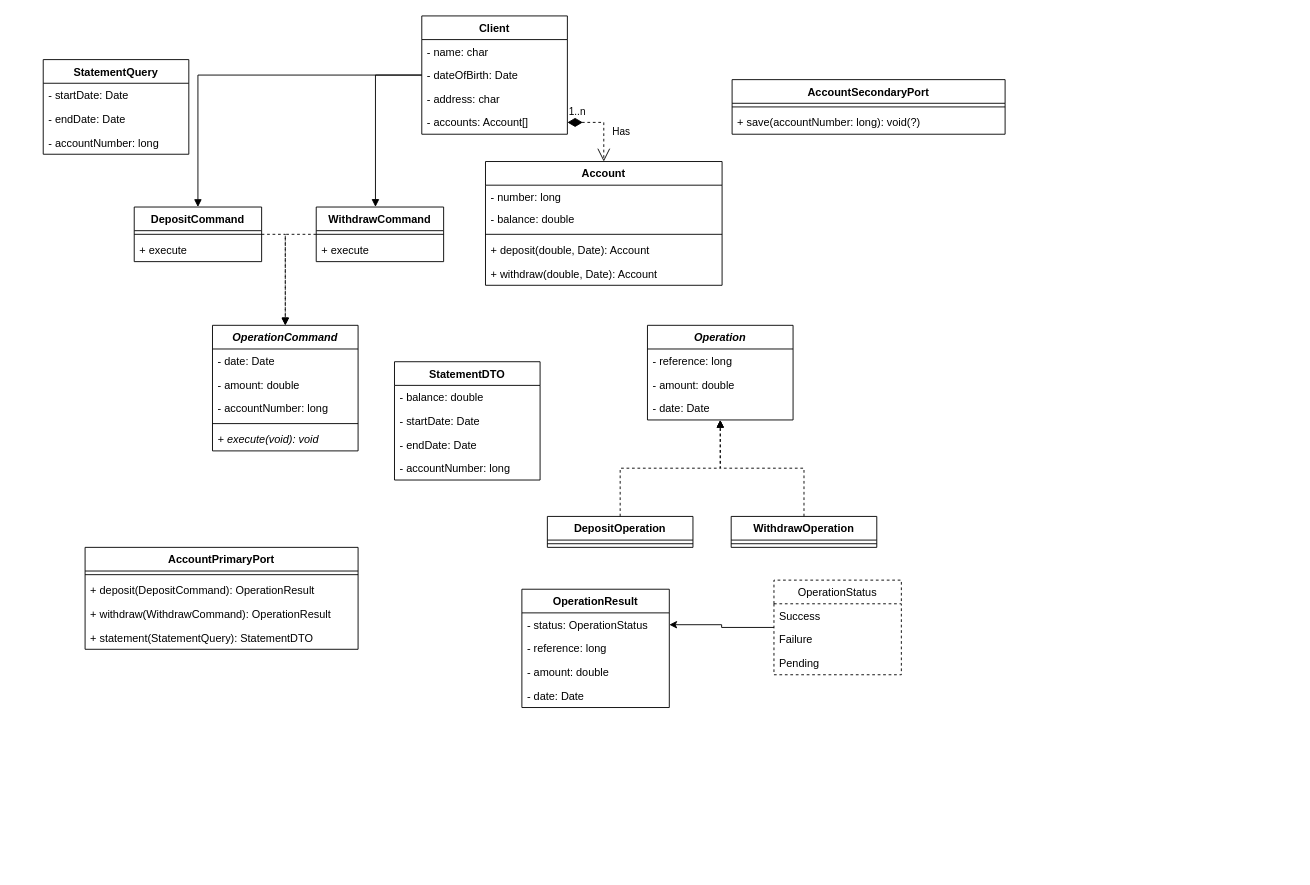
fookinhell/exalt-katas-java keeps this draw.io diagram as BankAccount/uml/BankAccountKata.drawio. Above is the earlier version. Source tidied: cells renumbered, new cells numbered last; positions are measured from the earlier drawing's top-left corner, leaving out a move shared by most shapes. Both pictures are drawn from the tidied source at 91%, with x=0, y=0 at pixel (43, 15).
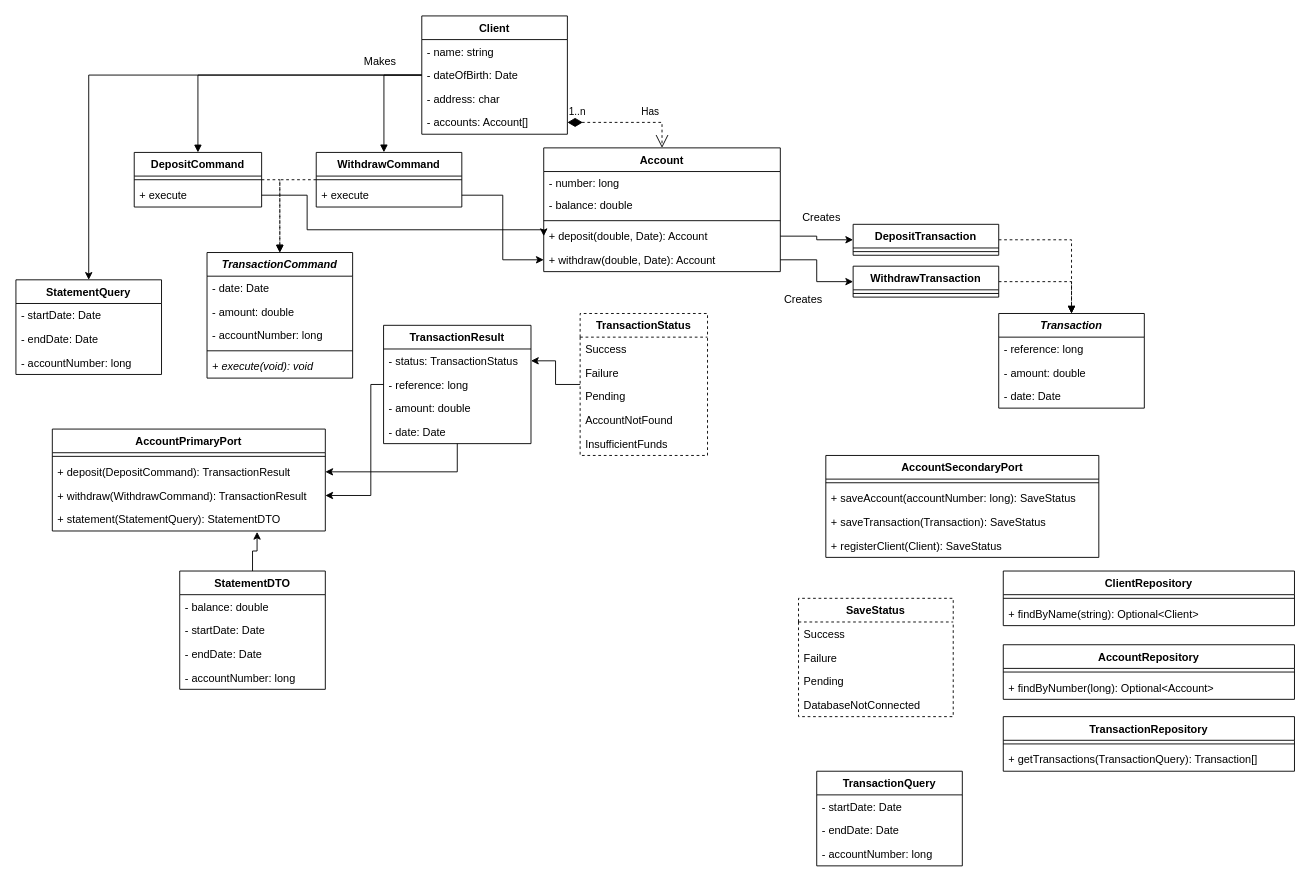
After the change.

Unchanged cells that the change refers to:
```xml
<mxCell id="6" value="+ deposit(double, Date): Account" style="text;strokeColor=none;fillColor=none;align=left;verticalAlign=top;spacingLeft=4;spacingRight=4;overflow=hidden;points=[[0,0.5],[1,0.5]];portConstraint=eastwest;" parent="2" vertex="1">
  <mxGeometry y="84" width="260" height="26" as="geometry" />
</mxCell>
<mxCell id="7" value="+ withdraw(double, Date): Account" style="text;strokeColor=none;fillColor=none;align=left;verticalAlign=top;spacingLeft=4;spacingRight=4;overflow=hidden;points=[[0,0.5],[1,0.5]];portConstraint=eastwest;" parent="2" vertex="1">
  <mxGeometry y="110" width="260" height="26" as="geometry" />
</mxCell>
<mxCell id="27" value="+ statement(StatementQuery): StatementDTO" style="text;strokeColor=none;fillColor=none;align=left;verticalAlign=top;spacingLeft=4;spacingRight=4;overflow=hidden;points=[[0,0.5],[1,0.5]];portConstraint=eastwest;" parent="23" vertex="1">
  <mxGeometry y="86" width="300" height="26" as="geometry" />
</mxCell>
<mxCell id="35" value="+ execute" style="text;strokeColor=none;fillColor=none;align=left;verticalAlign=top;spacingLeft=4;spacingRight=4;overflow=hidden;points=[[0,0.5],[1,0.5]];portConstraint=eastwest;" parent="33" vertex="1">
  <mxGeometry y="34" width="140" height="26" as="geometry" />
</mxCell>
<mxCell id="42" value="- reference: long" style="text;strokeColor=none;fillColor=none;align=left;verticalAlign=top;spacingLeft=4;spacingRight=4;overflow=hidden;points=[[0,0.5],[1,0.5]];portConstraint=eastwest;" parent="40" vertex="1">
  <mxGeometry y="52" width="162" height="26" as="geometry" />
</mxCell>
<mxCell id="59" value="Client" style="swimlane;fontStyle=1;align=center;verticalAlign=top;horizontal=1;startSize=26;strokeColor=default;fillColor=default;" parent="1" vertex="1">
  <mxGeometry x="416" width="160" height="130" as="geometry" />
</mxCell>
<mxCell id="64" value="1..n" style="endArrow=open;html=1;endSize=12;startArrow=diamondThin;startSize=14;startFill=1;edgeStyle=orthogonalEdgeStyle;align=left;verticalAlign=bottom;rounded=0;dashed=1;exitX=1;exitY=0.5;exitDx=0;exitDy=0;entryX=0.5;entryY=0;entryDx=0;entryDy=0;" parent="1" edge="1" source="63" target="2">
  <mxGeometry x="-1" y="3" relative="1" as="geometry" />
</mxCell>
```

Change to the diagram source:
```diff
@@
     <mxCell id="2" value="Account" style="swimlane;fontStyle=1;align=center;verticalAlign=top;horizontal=1;startSize=26;" parent="1" vertex="1">
-      <mxGeometry x="486" y="160" width="260" height="136" as="geometry" />
+      <mxGeometry x="550" y="145" width="260" height="136" as="geometry" />
     </mxCell>
@@
-    <mxCell id="8" value="Operation" style="swimlane;fontStyle=3;align=center;verticalAlign=top;horizontal=1;startSize=26;" parent="1" vertex="1">
-      <mxGeometry x="664" y="340" width="160" height="104" as="geometry" />
+    <mxCell id="8" value="Transaction" style="swimlane;fontStyle=3;align=center;verticalAlign=top;horizontal=1;startSize=26;" parent="1" vertex="1">
+      <mxGeometry x="1050" y="327" width="160" height="104" as="geometry" />
     </mxCell>
@@
-    <mxCell id="12" style="edgeStyle=orthogonalEdgeStyle;rounded=0;jettySize=auto;html=1;entryX=0.5;entryY=1;entryDx=0;entryDy=0;dashed=1;endArrow=block;endFill=1;" parent="1" edge="1" source="13" target="8">
+    <mxCell id="12" style="edgeStyle=orthogonalEdgeStyle;rounded=0;jettySize=auto;html=1;entryX=0.5;entryY=0;entryDx=0;entryDy=0;dashed=1;endArrow=block;endFill=1;exitX=1;exitY=0.5;exitDx=0;exitDy=0;" parent="1" edge="1" source="13" target="8">
       <mxGeometry relative="1" as="geometry" />
     </mxCell>
-    <mxCell id="13" value="DepositOperation" style="swimlane;fontStyle=1;align=center;verticalAlign=top;horizontal=1;startSize=26;" parent="1" vertex="1">
-      <mxGeometry x="554" y="550" width="160" height="34" as="geometry" />
+    <mxCell id="13" value="DepositTransaction" style="swimlane;fontStyle=1;align=center;verticalAlign=top;horizontal=1;startSize=26;" parent="1" vertex="1">
+      <mxGeometry x="890" y="229" width="160" height="34" as="geometry" />
     </mxCell>
@@
-    <mxCell id="15" style="edgeStyle=orthogonalEdgeStyle;rounded=0;jettySize=auto;html=1;entryX=0.5;entryY=1;entryDx=0;entryDy=0;exitX=0.5;exitY=0;exitDx=0;exitDy=0;dashed=1;endArrow=block;endFill=1;" parent="1" edge="1" source="16" target="8">
+    <mxCell id="15" style="edgeStyle=orthogonalEdgeStyle;rounded=0;jettySize=auto;html=1;exitX=1;exitY=0.5;exitDx=0;exitDy=0;entryX=0.5;entryY=0;entryDx=0;entryDy=0;dashed=1;" parent="1" edge="1" source="16" target="8">
       <mxGeometry relative="1" as="geometry" />
     </mxCell>
-    <mxCell id="16" value="WithdrawOperation" style="swimlane;fontStyle=1;align=center;verticalAlign=top;horizontal=1;startSize=26;" parent="1" vertex="1">
-      <mxGeometry x="756" y="550" width="160" height="34" as="geometry" />
+    <mxCell id="16" value="WithdrawTransaction" style="swimlane;fontStyle=1;align=center;verticalAlign=top;horizontal=1;startSize=26;" parent="1" vertex="1">
+      <mxGeometry x="890" y="275" width="160" height="34" as="geometry" />
     </mxCell>
@@
     <mxCell id="18" value="StatementDTO" style="swimlane;fontStyle=1;align=center;verticalAlign=top;horizontal=1;startSize=26;" parent="1" vertex="1">
-      <mxGeometry x="386" y="380" width="160" height="130" as="geometry" />
+      <mxGeometry x="150" y="610" width="160" height="130" as="geometry" />
     </mxCell>
@@
     <mxCell id="23" value="AccountPrimaryPort" style="swimlane;fontStyle=1;align=center;verticalAlign=top;horizontal=1;startSize=26;" parent="1" vertex="1">
-      <mxGeometry x="46" y="584" width="300" height="112" as="geometry" />
+      <mxGeometry x="10" y="454" width="300" height="112" as="geometry" />
     </mxCell>
@@
-    <mxCell id="25" value="+ deposit(DepositCommand): OperationResult" style="text;strokeColor=none;fillColor=none;align=left;verticalAlign=top;spacingLeft=4;spacingRight=4;overflow=hidden;points=[[0,0.5],[1,0.5]];portConstraint=eastwest;" parent="23" vertex="1">
+    <mxCell id="25" value="+ deposit(DepositCommand): TransactionResult" style="text;strokeColor=none;fillColor=none;align=left;verticalAlign=top;spacingLeft=4;spacingRight=4;overflow=hidden;points=[[0,0.5],[1,0.5]];portConstraint=eastwest;" parent="23" vertex="1">
       <mxGeometry y="34" width="300" height="26" as="geometry" />
     </mxCell>
-    <mxCell id="26" value="+ withdraw(WithdrawCommand): OperationResult" style="text;strokeColor=none;fillColor=none;align=left;verticalAlign=top;spacingLeft=4;spacingRight=4;overflow=hidden;points=[[0,0.5],[1,0.5]];portConstraint=eastwest;" parent="23" vertex="1">
+    <mxCell id="26" value="+ withdraw(WithdrawCommand): TransactionResult" style="text;strokeColor=none;fillColor=none;align=left;verticalAlign=top;spacingLeft=4;spacingRight=4;overflow=hidden;points=[[0,0.5],[1,0.5]];portConstraint=eastwest;" parent="23" vertex="1">
       <mxGeometry y="60" width="300" height="26" as="geometry" />
     </mxCell>
@@
     <mxCell id="28" value="StatementQuery" style="swimlane;fontStyle=1;align=center;verticalAlign=top;horizontal=1;startSize=26;" parent="1" vertex="1">
-      <mxGeometry y="48" width="160" height="104" as="geometry" />
+      <mxGeometry x="-30" y="290" width="160" height="104" as="geometry" />
     </mxCell>
@@
     <mxCell id="33" value="DepositCommand" style="swimlane;fontStyle=1;align=center;verticalAlign=top;horizontal=1;startSize=26;" parent="1" vertex="1">
-      <mxGeometry x="100" y="210" width="140" height="60" as="geometry" />
+      <mxGeometry x="100" y="150" width="140" height="60" as="geometry" />
     </mxCell>
@@
     <mxCell id="37" value="WithdrawCommand" style="swimlane;fontStyle=1;align=center;verticalAlign=top;horizontal=1;startSize=26;" parent="1" vertex="1">
-      <mxGeometry x="300" y="210" width="140" height="60" as="geometry" />
+      <mxGeometry x="300" y="150" width="160" height="60" as="geometry" />
     </mxCell>
     <mxCell id="38" style="line;strokeWidth=1;fillColor=none;align=left;verticalAlign=middle;spacingTop=-1;spacingLeft=3;spacingRight=3;labelPosition=right;strokeColor=inherit;" parent="37" vertex="1">
-      <mxGeometry y="26" width="140" height="8" as="geometry" />
+      <mxGeometry y="26" width="160" height="8" as="geometry" />
     </mxCell>
     <mxCell id="39" value="+ execute" style="text;strokeColor=none;fillColor=none;align=left;verticalAlign=top;spacingLeft=4;spacingRight=4;overflow=hidden;points=[[0,0.5],[1,0.5]];portConstraint=eastwest;" parent="37" vertex="1">
-      <mxGeometry y="34" width="140" height="26" as="geometry" />
+      <mxGeometry y="34" width="160" height="26" as="geometry" />
     </mxCell>
+    <mxCell id="68" style="edgeStyle=orthogonalEdgeStyle;rounded=0;jettySize=auto;html=1;" parent="1" edge="1" source="40" target="25">
+      <mxGeometry relative="1" as="geometry" />
+    </mxCell>
-    <mxCell id="40" value="OperationResult" style="swimlane;fontStyle=1;horizontal=1;startSize=26;fillColor=default;" parent="1" vertex="1">
-      <mxGeometry x="526" y="630" width="162" height="130" as="geometry" />
+    <mxCell id="40" value="TransactionResult" style="swimlane;fontStyle=1;horizontal=1;startSize=26;fillColor=default;" parent="1" vertex="1">
+      <mxGeometry x="374" y="340" width="162" height="130" as="geometry" />
     </mxCell>
-    <mxCell id="41" value="- status: OperationStatus" style="text;strokeColor=none;fillColor=none;align=left;verticalAlign=top;spacingLeft=4;spacingRight=4;overflow=hidden;points=[[0,0.5],[1,0.5]];portConstraint=eastwest;" parent="40" vertex="1">
+    <mxCell id="41" value="- status: TransactionStatus" style="text;strokeColor=none;fillColor=none;align=left;verticalAlign=top;spacingLeft=4;spacingRight=4;overflow=hidden;points=[[0,0.5],[1,0.5]];portConstraint=eastwest;" parent="40" vertex="1">
       <mxGeometry y="26" width="162" height="26" as="geometry" />
     </mxCell>
@@
-    <mxCell id="46" value="OperationStatus" style="swimlane;fontStyle=0;horizontal=1;startSize=26;fillColor=none;dashed=1;swimlaneLine=1;swimlaneFillColor=none;strokeColor=default;" parent="1" vertex="1">
-      <mxGeometry x="803" y="620" width="140" height="104" as="geometry" />
+    <mxCell id="46" value="TransactionStatus" style="swimlane;fontStyle=1;horizontal=1;startSize=26;fillColor=none;dashed=1;swimlaneLine=1;swimlaneFillColor=none;strokeColor=default;" parent="1" vertex="1">
+      <mxGeometry x="590" y="327" width="140" height="156" as="geometry" />
     </mxCell>
@@
+    <mxCell id="69" value="AccountNotFound" style="text;strokeColor=none;fillColor=none;align=left;verticalAlign=top;spacingLeft=4;spacingRight=4;overflow=hidden;" parent="46" vertex="1">
+      <mxGeometry y="104" width="140" height="26" as="geometry" />
+    </mxCell>
+    <mxCell id="70" value="InsufficientFunds" style="text;strokeColor=none;fillColor=none;align=left;verticalAlign=top;spacingLeft=4;spacingRight=4;overflow=hidden;" parent="46" vertex="1">
+      <mxGeometry y="130" width="140" height="26" as="geometry" />
+    </mxCell>
-    <mxCell id="50" value="OperationCommand" style="swimlane;fontStyle=3;align=center;verticalAlign=top;horizontal=1;startSize=26;strokeColor=default;fillColor=none;" parent="1" vertex="1">
-      <mxGeometry x="186" y="340" width="160" height="138" as="geometry" />
+    <mxCell id="50" value="TransactionCommand" style="swimlane;fontStyle=3;align=center;verticalAlign=top;horizontal=1;startSize=26;strokeColor=default;fillColor=none;" parent="1" vertex="1">
+      <mxGeometry x="180" y="260" width="160" height="138" as="geometry" />
     </mxCell>
@@
     <mxCell id="56" value="AccountSecondaryPort" style="swimlane;fontStyle=1;align=center;verticalAlign=top;horizontal=1;startSize=26;" parent="1" vertex="1">
-      <mxGeometry x="757" y="70" width="300" height="60" as="geometry" />
+      <mxGeometry x="860" y="483" width="300" height="112" as="geometry" />
     </mxCell>
@@
-    <mxCell id="58" value="+ save(accountNumber: long): void(?)" style="text;strokeColor=none;fillColor=none;align=left;verticalAlign=top;spacingLeft=4;spacingRight=4;overflow=hidden;" parent="56" vertex="1">
+    <mxCell id="58" value="+ saveAccount(accountNumber: long): SaveStatus" style="text;strokeColor=none;fillColor=none;align=left;verticalAlign=top;spacingLeft=4;spacingRight=4;overflow=hidden;" parent="56" vertex="1">
       <mxGeometry y="34" width="300" height="26" as="geometry" />
     </mxCell>
+    <mxCell id="71" value="+ saveTransaction(Transaction): SaveStatus" style="text;strokeColor=none;fillColor=none;align=left;verticalAlign=top;spacingLeft=4;spacingRight=4;overflow=hidden;" parent="56" vertex="1">
+      <mxGeometry y="60" width="300" height="26" as="geometry" />
+    </mxCell>
+    <mxCell id="72" value="+ registerClient(Client): SaveStatus" style="text;strokeColor=none;fillColor=none;align=left;verticalAlign=top;spacingLeft=4;spacingRight=4;overflow=hidden;" parent="56" vertex="1">
+      <mxGeometry y="86" width="300" height="26" as="geometry" />
+    </mxCell>
+    <mxCell id="73" style="edgeStyle=orthogonalEdgeStyle;rounded=0;jettySize=auto;html=1;exitX=0;exitY=0.5;exitDx=0;exitDy=0;entryX=0.5;entryY=0;entryDx=0;entryDy=0;" parent="1" edge="1" source="59" target="28">
+      <mxGeometry relative="1" as="geometry" />
+    </mxCell>
@@
-    <mxCell id="60" value="- name: char" style="text;strokeColor=none;fillColor=none;align=left;verticalAlign=top;spacingLeft=4;spacingRight=4;overflow=hidden;" parent="59" vertex="1">
+    <mxCell id="60" value="- name: string" style="text;strokeColor=none;fillColor=none;align=left;verticalAlign=top;spacingLeft=4;spacingRight=4;overflow=hidden;" parent="59" vertex="1">
       <mxGeometry y="26" width="160" height="26" as="geometry" />
     </mxCell>
@@
     <mxCell id="65" value="Has" style="edgeLabel;html=1;align=center;verticalAlign=middle;" parent="64" vertex="1">
       <mxGeometry x="0.27" y="3" relative="1" as="geometry">
-        <mxPoint x="15" y="-4" as="offset" />
+        <mxPoint x="6" y="-10" as="offset" />
       </mxGeometry>
     </mxCell>
@@
+    <mxCell id="74" value="Makes" style="text;html=1;align=center;verticalAlign=middle;strokeColor=none;fillColor=none;" parent="1" vertex="1">
+      <mxGeometry x="340" y="35" width="60" height="30" as="geometry" />
+    </mxCell>
+    <mxCell id="75" style="edgeStyle=orthogonalEdgeStyle;rounded=0;jettySize=auto;html=1;exitX=0.5;exitY=0;exitDx=0;exitDy=0;entryX=0.75;entryY=1.038;entryDx=0;entryDy=0;entryPerimeter=0;" parent="1" edge="1" source="18" target="27">
+      <mxGeometry relative="1" as="geometry" />
+    </mxCell>
+    <mxCell id="76" style="edgeStyle=orthogonalEdgeStyle;rounded=0;jettySize=auto;html=1;exitX=1;exitY=0.5;exitDx=0;exitDy=0;entryX=0;entryY=0.5;entryDx=0;entryDy=0;" parent="1" edge="1" source="6" target="13">
+      <mxGeometry relative="1" as="geometry" />
+    </mxCell>
+    <mxCell id="77" style="edgeStyle=orthogonalEdgeStyle;rounded=0;jettySize=auto;html=1;exitX=1;exitY=0.5;exitDx=0;exitDy=0;entryX=0;entryY=0.5;entryDx=0;entryDy=0;" parent="1" edge="1" source="7" target="16">
+      <mxGeometry relative="1" as="geometry" />
+    </mxCell>
+    <mxCell id="78" value="Creates" style="text;html=1;align=center;verticalAlign=middle;strokeColor=none;fillColor=none;" parent="1" vertex="1">
+      <mxGeometry x="800" y="297" width="70" height="30" as="geometry" />
+    </mxCell>
+    <mxCell id="79" value="AccountRepository" style="swimlane;fontStyle=1;align=center;verticalAlign=top;horizontal=1;startSize=26;" parent="1" vertex="1">
+      <mxGeometry x="1055" y="691" width="320" height="60" as="geometry" />
+    </mxCell>
+    <mxCell id="80" style="line;strokeWidth=1;fillColor=none;align=left;verticalAlign=middle;spacingTop=-1;spacingLeft=3;spacingRight=3;labelPosition=right;strokeColor=inherit;" parent="79" vertex="1">
+      <mxGeometry y="26" width="320" height="8" as="geometry" />
+    </mxCell>
+    <mxCell id="81" value="+ findByNumber(long): Optional&lt;Account&gt;" style="text;strokeColor=none;fillColor=none;align=left;verticalAlign=top;spacingLeft=4;spacingRight=4;overflow=hidden;" parent="79" vertex="1">
+      <mxGeometry y="34" width="320" height="26" as="geometry" />
+    </mxCell>
+    <mxCell id="82" value="TransactionRepository" style="swimlane;fontStyle=1;align=center;verticalAlign=top;horizontal=1;startSize=26;" parent="1" vertex="1">
+      <mxGeometry x="1055" y="770" width="320" height="60" as="geometry" />
+    </mxCell>
+    <mxCell id="83" style="line;strokeWidth=1;fillColor=none;align=left;verticalAlign=middle;spacingTop=-1;spacingLeft=3;spacingRight=3;labelPosition=right;strokeColor=inherit;" parent="82" vertex="1">
+      <mxGeometry y="26" width="320" height="8" as="geometry" />
+    </mxCell>
+    <mxCell id="84" value="+ getTransactions(TransactionQuery): Transaction[]" style="text;strokeColor=none;fillColor=none;align=left;verticalAlign=top;spacingLeft=4;spacingRight=4;overflow=hidden;" parent="82" vertex="1">
+      <mxGeometry y="34" width="320" height="26" as="geometry" />
+    </mxCell>
+    <mxCell id="85" value="Creates" style="text;html=1;align=center;verticalAlign=middle;strokeColor=none;fillColor=none;" parent="1" vertex="1">
+      <mxGeometry x="820" y="207" width="70" height="30" as="geometry" />
+    </mxCell>
+    <mxCell id="86" value="ClientRepository" style="swimlane;fontStyle=1;align=center;verticalAlign=top;horizontal=1;startSize=26;" parent="1" vertex="1">
+      <mxGeometry x="1055" y="610" width="320" height="60" as="geometry" />
+    </mxCell>
+    <mxCell id="87" style="line;strokeWidth=1;fillColor=none;align=left;verticalAlign=middle;spacingTop=-1;spacingLeft=3;spacingRight=3;labelPosition=right;strokeColor=inherit;" parent="86" vertex="1">
+      <mxGeometry y="26" width="320" height="8" as="geometry" />
+    </mxCell>
+    <mxCell id="88" value="+ findByName(string): Optional&lt;Client&gt;" style="text;strokeColor=none;fillColor=none;align=left;verticalAlign=top;spacingLeft=4;spacingRight=4;overflow=hidden;" parent="86" vertex="1">
+      <mxGeometry y="34" width="320" height="26" as="geometry" />
+    </mxCell>
+    <mxCell id="89" style="edgeStyle=orthogonalEdgeStyle;rounded=0;jettySize=auto;html=1;exitX=1;exitY=0.5;exitDx=0;exitDy=0;entryX=0;entryY=0.5;entryDx=0;entryDy=0;" parent="1" edge="1" source="39" target="7">
+      <mxGeometry relative="1" as="geometry" />
+    </mxCell>
+    <mxCell id="90" style="edgeStyle=orthogonalEdgeStyle;rounded=0;jettySize=auto;html=1;exitX=1;exitY=0.5;exitDx=0;exitDy=0;entryX=0;entryY=0.5;entryDx=0;entryDy=0;" parent="1" edge="1" source="35" target="6">
+      <mxGeometry relative="1" as="geometry">
+        <Array as="points">
+          <mxPoint x="290" y="197" />
+          <mxPoint x="290" y="235" />
+        </Array>
+      </mxGeometry>
+    </mxCell>
+    <mxCell id="91" value="TransactionQuery" style="swimlane;fontStyle=1;align=center;verticalAlign=top;horizontal=1;startSize=26;" parent="1" vertex="1">
+      <mxGeometry x="850" y="830" width="160" height="104" as="geometry" />
+    </mxCell>
+    <mxCell id="92" value="- startDate: Date" style="text;strokeColor=none;fillColor=none;align=left;verticalAlign=top;spacingLeft=4;spacingRight=4;overflow=hidden;" parent="91" vertex="1">
+      <mxGeometry y="26" width="160" height="26" as="geometry" />
+    </mxCell>
+    <mxCell id="93" value="- endDate: Date" style="text;strokeColor=none;fillColor=none;align=left;verticalAlign=top;spacingLeft=4;spacingRight=4;overflow=hidden;" parent="91" vertex="1">
+      <mxGeometry y="52" width="160" height="26" as="geometry" />
+    </mxCell>
+    <mxCell id="94" value="- accountNumber: long" style="text;strokeColor=none;fillColor=none;align=left;verticalAlign=top;spacingLeft=4;spacingRight=4;overflow=hidden;" parent="91" vertex="1">
+      <mxGeometry y="78" width="160" height="26" as="geometry" />
+    </mxCell>
+    <mxCell id="95" value="SaveStatus" style="swimlane;fontStyle=1;horizontal=1;startSize=26;fillColor=none;dashed=1;swimlaneLine=1;swimlaneFillColor=none;strokeColor=default;" parent="1" vertex="1">
+      <mxGeometry x="830" y="640" width="170" height="130" as="geometry" />
+    </mxCell>
+    <mxCell id="96" value="Success" style="text;strokeColor=none;fillColor=none;align=left;verticalAlign=top;spacingLeft=4;spacingRight=4;overflow=hidden;" parent="95" vertex="1">
+      <mxGeometry y="26" width="170" height="26" as="geometry" />
+    </mxCell>
+    <mxCell id="97" value="Failure" style="text;strokeColor=none;fillColor=none;align=left;verticalAlign=top;spacingLeft=4;spacingRight=4;overflow=hidden;" parent="95" vertex="1">
+      <mxGeometry y="52" width="170" height="26" as="geometry" />
+    </mxCell>
+    <mxCell id="98" value="Pending" style="text;strokeColor=none;fillColor=none;align=left;verticalAlign=top;spacingLeft=4;spacingRight=4;overflow=hidden;" parent="95" vertex="1">
+      <mxGeometry y="78" width="170" height="26" as="geometry" />
+    </mxCell>
+    <mxCell id="99" value="DatabaseNotConnected" style="text;strokeColor=none;fillColor=none;align=left;verticalAlign=top;spacingLeft=4;spacingRight=4;overflow=hidden;" parent="95" vertex="1">
+      <mxGeometry y="104" width="170" height="26" as="geometry" />
+    </mxCell>
+    <mxCell id="100" style="edgeStyle=orthogonalEdgeStyle;rounded=0;jettySize=auto;html=1;" parent="1" edge="1" source="42" target="26">
+      <mxGeometry relative="1" as="geometry">
+        <Array as="points">
+          <mxPoint x="360" y="405" />
+          <mxPoint x="360" y="527" />
+        </Array>
+      </mxGeometry>
+    </mxCell>
```
